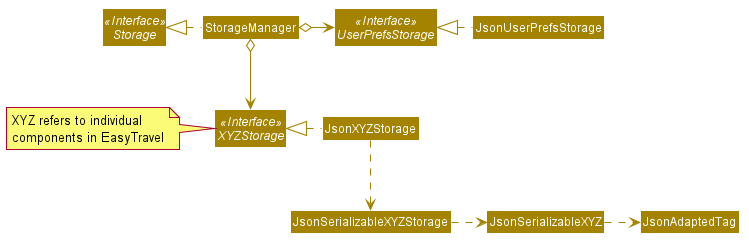
Earlier version of the PlantUML export docs/images/StorageClassDiagram.png (zenatrick/main). Its diagram source:
```plantuml
@startuml









skinparam BackgroundColor #FFFFFFF

skinparam Shadowing false

skinparam Class {
    FontColor #FFFFFF
    BorderThickness 1
    BorderColor #FFFFFF
    StereotypeFontColor #FFFFFF
    FontName Arial
}

skinparam Actor {
    BorderColor #000000
    Color #000000
    FontName Arial
}

skinparam Sequence {
    MessageAlign center
    BoxFontSize 15
    BoxPadding 0
    BoxFontColor #FFFFFF
    FontName Arial
}

skinparam Participant {
    FontColor #FFFFFFF
    Padding 20
}

skinparam MinClassWidth 50
skinparam ParticipantPadding 10
skinparam Shadowing false
skinparam DefaultTextAlignment center
skinparam packageStyle Rectangle

hide footbox
hide members
hide circle
skinparam arrowThickness 1.1
skinparam arrowColor #A38300
skinparam classBackgroundColor #A38300

Interface Storage <<Interface>>
Interface UserPrefsStorage <<Interface>>
Interface XYZStorage <<Interface>>
note left: XYZ refers to individual\ncomponents in EasyTravel

Class StorageManager
Class JsonUserPrefsStorage
Class JsonXYZStorage

StorageManager .left.|> Storage
StorageManager o-right-> UserPrefsStorage
StorageManager o--> XYZStorage

JsonUserPrefsStorage .left.|> UserPrefsStorage
JsonXYZStorage .left.|> XYZStorage
JsonXYZStorage .down.> JsonSerializableXYZStorage
JsonSerializableXYZStorage .right.> JsonSerializableXYZ
JsonSerializableXYZ .right.> JsonAdaptedTag
@enduml
```
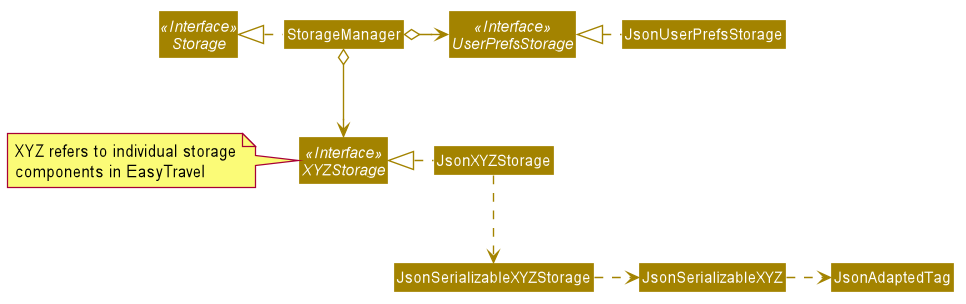
The same diagram one commit later.

The edit, as a diff of the source:
```diff
@@ -55,7 +55,7 @@
 Interface Storage <<Interface>>
 Interface UserPrefsStorage <<Interface>>
 Interface XYZStorage <<Interface>>
-note left: XYZ refers to individual\ncomponents in EasyTravel
+note left: XYZ refers to individual storage\ncomponents in EasyTravel
 
 Class StorageManager
 Class JsonUserPrefsStorage
```
